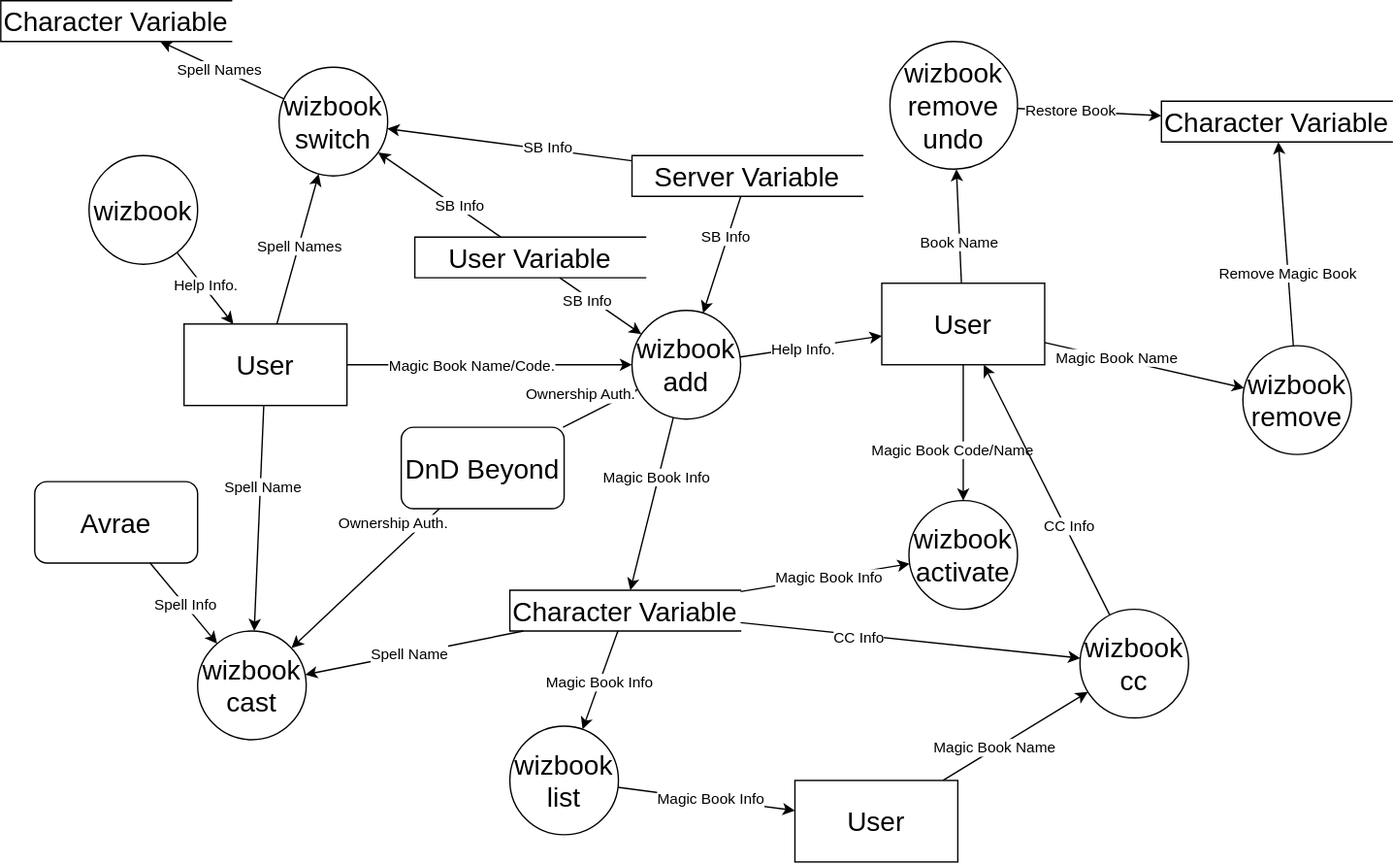
SethHartman13/Magic-Book-Library keeps this draw.io diagram as Design/wizbook_DFD.svg. Above is the earlier version. Source tidied: cells renumbered, new cells last; positions are measured from the earlier drawing's top-left corner, leaving out a move shared by most shapes.
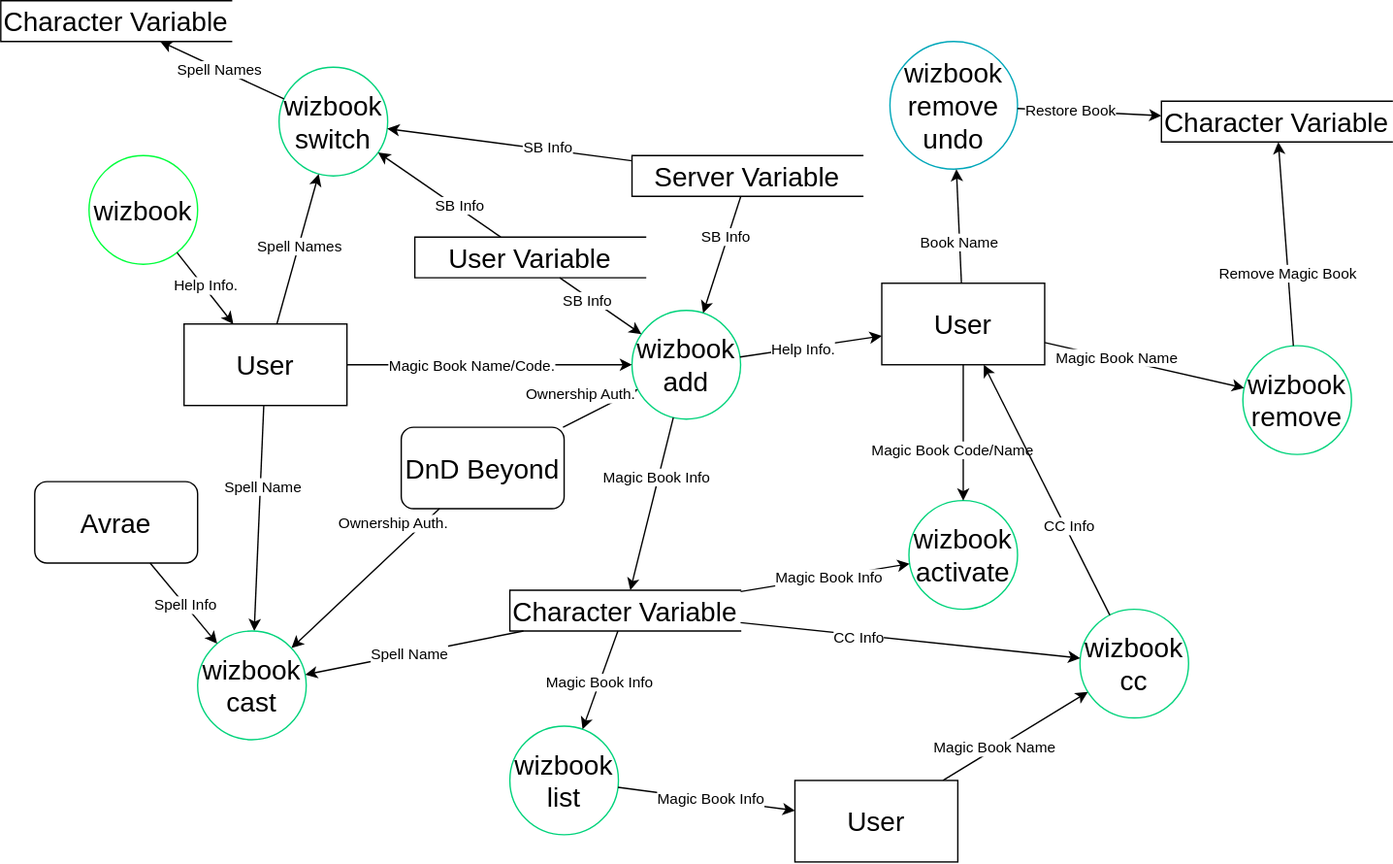
Above is the later version.

The edit, as a diff of the source:
```diff
@@ -11,7 +11,7 @@
     <mxCell id="4" value="&lt;font style=&quot;font-size: 20px;&quot;&gt;DnD Beyond&lt;/font&gt;" style="rounded=1;whiteSpace=wrap;html=1;" parent="1" vertex="1">
       <mxGeometry x="295" y="314" width="120" height="60" as="geometry" />
     </mxCell>
-    <mxCell id="5" value="&lt;font style=&quot;font-size: 20px;&quot;&gt;wizbook&lt;/font&gt;" style="ellipse;whiteSpace=wrap;html=1;" parent="1" vertex="1">
+    <mxCell id="5" value="&lt;font style=&quot;font-size: 20px;&quot;&gt;wizbook&lt;/font&gt;" style="ellipse;whiteSpace=wrap;html=1;strokeColor=#00FF3C;" parent="1" vertex="1">
       <mxGeometry x="65" y="114" width="80" height="80" as="geometry" />
     </mxCell>
     <mxCell id="6" style="endArrow=classic;html=1;rounded=0;noEdgeStyle=1;" parent="1" edge="1" source="5" target="56">
@@ -20,7 +20,7 @@
     <mxCell id="7" value="Help Info." style="edgeLabel;html=1;align=center;verticalAlign=middle;" parent="6" vertex="1">
       <mxGeometry x="-0.05" y="1" relative="1" as="geometry" />
     </mxCell>
-    <mxCell id="8" value="&lt;font style=&quot;font-size: 20px;&quot;&gt;wizbook add&lt;/font&gt;" style="ellipse;whiteSpace=wrap;html=1;" parent="1" vertex="1">
+    <mxCell id="8" value="&lt;font style=&quot;font-size: 20px;&quot;&gt;wizbook add&lt;/font&gt;" style="ellipse;whiteSpace=wrap;html=1;strokeColor=#00D37B;" parent="1" vertex="1">
       <mxGeometry x="465" y="228" width="80" height="80" as="geometry" />
     </mxCell>
     <mxCell id="9" style="endArrow=classic;html=1;rounded=0;noEdgeStyle=1;" parent="1" edge="1" source="8" target="2">
@@ -46,7 +46,7 @@
         <mxPoint x="-4" y="-17" as="offset" />
       </mxGeometry>
     </mxCell>
-    <mxCell id="16" value="&lt;font style=&quot;font-size: 20px;&quot;&gt;wizbook activate&lt;/font&gt;" style="ellipse;whiteSpace=wrap;html=1;" parent="1" vertex="1">
+    <mxCell id="16" value="&lt;font style=&quot;font-size: 20px;&quot;&gt;wizbook activate&lt;/font&gt;" style="ellipse;whiteSpace=wrap;html=1;strokeColor=#00D37B;" parent="1" vertex="1">
       <mxGeometry x="669" y="368" width="80" height="80" as="geometry" />
     </mxCell>
     <mxCell id="17" style="endArrow=classic;html=1;rounded=0;noEdgeStyle=1;" parent="1" edge="1" source="13" target="16">
@@ -69,7 +69,7 @@
         <mxPoint x="-8" y="-6" as="offset" />
       </mxGeometry>
     </mxCell>
-    <mxCell id="23" value="&lt;font style=&quot;font-size: 20px;&quot;&gt;wizbook cast&lt;/font&gt;" style="ellipse;whiteSpace=wrap;html=1;" parent="1" vertex="1">
+    <mxCell id="23" value="&lt;font style=&quot;font-size: 20px;&quot;&gt;wizbook cast&lt;/font&gt;" style="ellipse;whiteSpace=wrap;html=1;strokeColor=#00D37B;" parent="1" vertex="1">
       <mxGeometry x="145" y="464" width="80" height="80" as="geometry" />
     </mxCell>
     <mxCell id="24" style="endArrow=classic;html=1;rounded=0;noEdgeStyle=1;" parent="1" edge="1" source="13" target="23">
@@ -92,7 +92,7 @@
         <mxPoint x="-4" y="-17" as="offset" />
       </mxGeometry>
     </mxCell>
-    <mxCell id="30" value="&lt;font style=&quot;font-size: 20px;&quot;&gt;wizbook remove&lt;/font&gt;" style="ellipse;whiteSpace=wrap;html=1;" parent="1" vertex="1">
+    <mxCell id="30" value="&lt;font style=&quot;font-size: 20px;&quot;&gt;wizbook remove&lt;/font&gt;" style="ellipse;whiteSpace=wrap;html=1;strokeColor=#00D37B;" parent="1" vertex="1">
       <mxGeometry x="915" y="254" width="80" height="80" as="geometry" />
     </mxCell>
     <mxCell id="31" style="endArrow=classic;html=1;rounded=0;noEdgeStyle=1;" parent="1" edge="1" source="2" target="30">
@@ -113,7 +113,7 @@
     <mxCell id="36" value="Remove Magic Book" style="edgeLabel;html=1;align=center;verticalAlign=middle;" parent="35" vertex="1">
       <mxGeometry x="-0.28" y="1" relative="1" as="geometry" />
     </mxCell>
-    <mxCell id="37" value="&lt;font style=&quot;font-size: 20px;&quot;&gt;wizbook remove&lt;br&gt;undo&lt;br&gt;&lt;/font&gt;" style="ellipse;whiteSpace=wrap;html=1;" parent="1" vertex="1">
+    <mxCell id="37" value="&lt;font style=&quot;font-size: 20px;&quot;&gt;wizbook remove&lt;br&gt;undo&lt;br&gt;&lt;/font&gt;" style="ellipse;whiteSpace=wrap;html=1;strokeColor=#00A7BA;" parent="1" vertex="1">
       <mxGeometry x="655" y="30" width="94" height="94" as="geometry" />
     </mxCell>
     <mxCell id="38" style="endArrow=classic;html=1;rounded=0;noEdgeStyle=1;" parent="1" edge="1" source="37" target="55">
@@ -128,7 +128,7 @@
     <mxCell id="41" value="Book&amp;nbsp;Name" style="edgeLabel;html=1;align=center;verticalAlign=middle;" parent="40" vertex="1">
       <mxGeometry x="-0.28" y="1" relative="1" as="geometry" />
     </mxCell>
-    <mxCell id="42" value="&lt;font style=&quot;font-size: 20px;&quot;&gt;wizbook cc&lt;/font&gt;" style="ellipse;whiteSpace=wrap;html=1;" parent="1" vertex="1">
+    <mxCell id="42" value="&lt;font style=&quot;font-size: 20px;&quot;&gt;wizbook cc&lt;/font&gt;" style="ellipse;whiteSpace=wrap;html=1;strokeColor=#00D37B;" parent="1" vertex="1">
       <mxGeometry x="795" y="448" width="80" height="80" as="geometry" />
     </mxCell>
     <mxCell id="43" style="endArrow=classic;html=1;rounded=0;noEdgeStyle=1;" parent="1" edge="1" source="42" target="2">
@@ -149,7 +149,7 @@
     <mxCell id="48" value="Magic Book&amp;nbsp;Name" style="edgeLabel;html=1;align=center;verticalAlign=middle;" parent="47" vertex="1">
       <mxGeometry x="-0.28" y="1" relative="1" as="geometry" />
     </mxCell>
-    <mxCell id="49" value="&lt;font style=&quot;font-size: 20px;&quot;&gt;wizbook list&lt;/font&gt;" style="ellipse;whiteSpace=wrap;html=1;" parent="1" vertex="1">
+    <mxCell id="49" value="&lt;font style=&quot;font-size: 20px;&quot;&gt;wizbook list&lt;/font&gt;" style="ellipse;whiteSpace=wrap;html=1;strokeColor=#00D37B;" parent="1" vertex="1">
       <mxGeometry x="375" y="534" width="80" height="80" as="geometry" />
     </mxCell>
     <mxCell id="50" style="endArrow=classic;html=1;rounded=0;noEdgeStyle=1;" parent="1" edge="1" source="13" target="49">
@@ -191,7 +191,7 @@
     <mxCell id="62" value="SB Info" style="edgeLabel;html=1;align=center;verticalAlign=middle;" parent="61" vertex="1">
       <mxGeometry x="-0.3" y="-2" relative="1" as="geometry" />
     </mxCell>
-    <mxCell id="63" value="&lt;font style=&quot;font-size: 20px;&quot;&gt;wizbook switch&lt;/font&gt;" style="ellipse;whiteSpace=wrap;html=1;" parent="1" vertex="1">
+    <mxCell id="63" value="&lt;font style=&quot;font-size: 20px;&quot;&gt;wizbook switch&lt;/font&gt;" style="ellipse;whiteSpace=wrap;html=1;strokeColor=#00D37B;" parent="1" vertex="1">
       <mxGeometry x="205" y="49" width="80" height="80" as="geometry" />
     </mxCell>
     <mxCell id="64" style="endArrow=classic;html=1;rounded=0;noEdgeStyle=1;" parent="1" edge="1" source="56" target="63">
```
